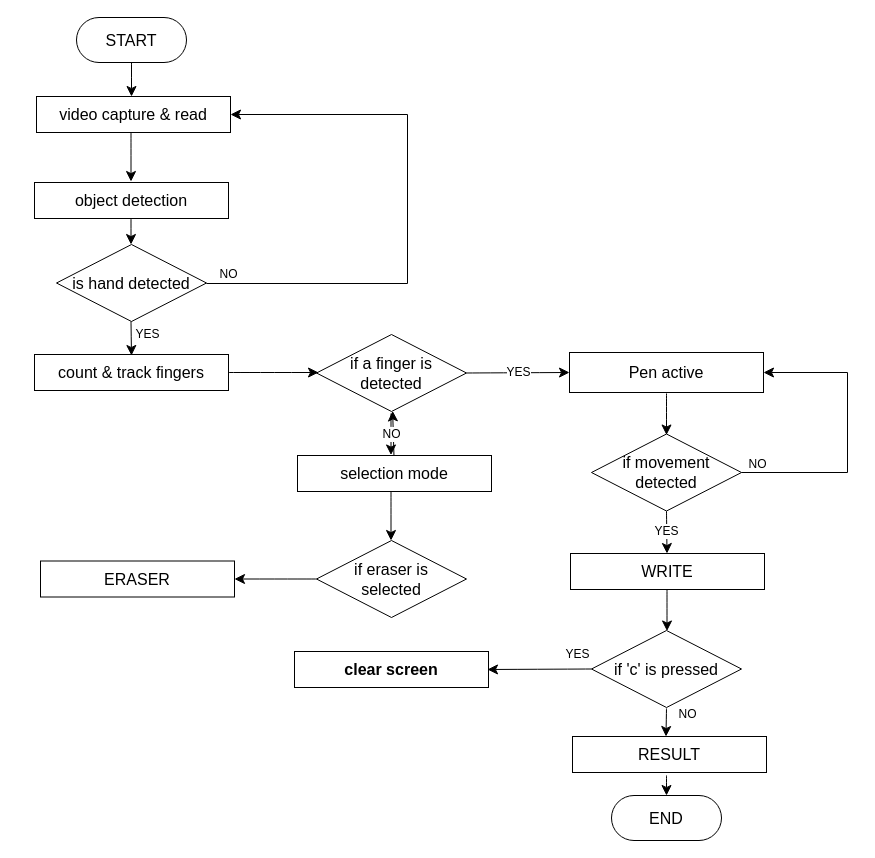
This is project.drawio from Noodle-onthe-ice/Noodle-onthe-ice, a draw.io file, before an edit. Source tidied: cells renumbered, new cells numbered last; positions are measured from the earlier drawing's top-left corner, leaving out a move shared by most shapes. Both pictures are drawn from the tidied source at 100%, with x=0, y=0 at pixel (34, 17).
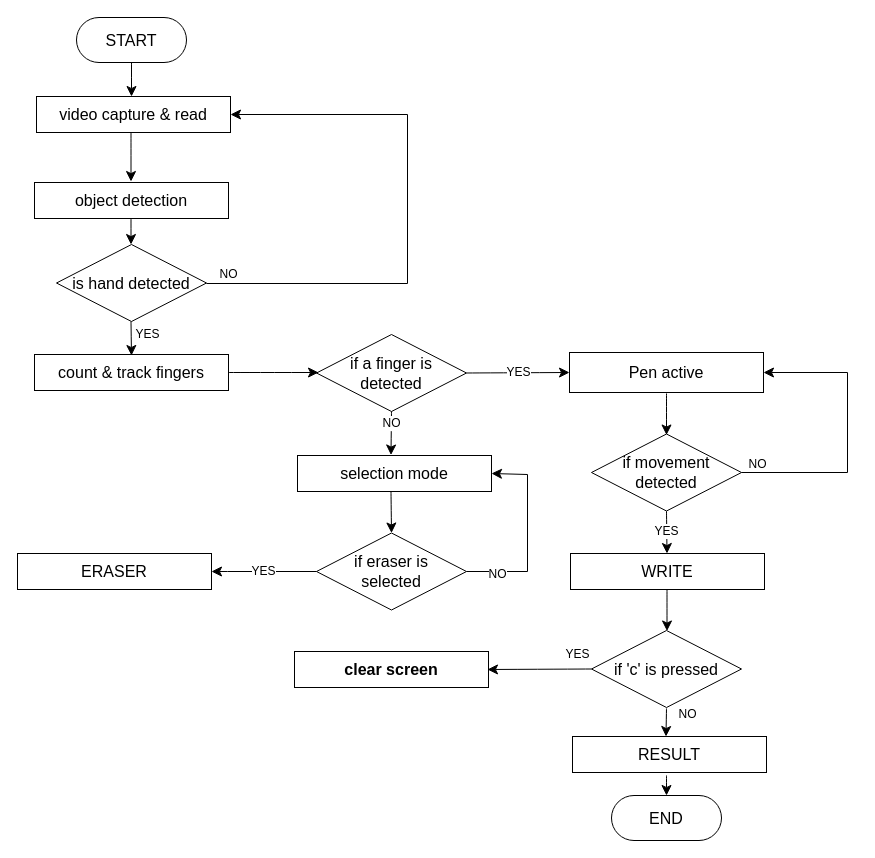
The same page after the edit.

Unchanged cells that the change refers to:
```xml
<mxCell id="11" value="selection mode" style="rounded=0;whiteSpace=wrap;html=1;fontSize=16;" parent="1" vertex="1">
  <mxGeometry x="263" y="438" width="194" height="36" as="geometry" />
</mxCell>
<mxCell id="17" value="&lt;div&gt;if a finger is &lt;br&gt;&lt;/div&gt;&lt;div&gt;detected&lt;br&gt;&lt;/div&gt;" style="rhombus;whiteSpace=wrap;html=1;fontSize=16;" parent="1" vertex="1">
  <mxGeometry x="282" y="317" width="150" height="77" as="geometry" />
</mxCell>
```

The edit, as a diff of the source:
```diff
@@
-    <mxCell id="5" style="edgeStyle=none;curved=1;rounded=0;jettySize=auto;html=1;fontSize=12;startSize=8;endSize=8;" parent="1" edge="1" source="6" target="14">
-      <mxGeometry relative="1" as="geometry" />
+    <mxCell id="5" value="YES" style="edgeStyle=none;rounded=0;jettySize=auto;html=1;fontSize=12;startSize=8;endSize=8;exitX=0;exitY=0.5;exitDx=0;exitDy=0;entryX=1;entryY=0.5;entryDx=0;entryDy=0;" parent="1" edge="1" source="6" target="14">
+      <mxGeometry relative="1" as="geometry">
+        <Array as="points">
+          <mxPoint x="193" y="554" />
+        </Array>
+      </mxGeometry>
     </mxCell>
     <mxCell id="6" value="&lt;div&gt;if eraser is &lt;br&gt;&lt;/div&gt;&lt;div&gt;selected&lt;br&gt;&lt;/div&gt;" style="rhombus;whiteSpace=wrap;html=1;fontSize=16;" parent="1" vertex="1">
-      <mxGeometry x="282" y="523" width="150" height="77" as="geometry" />
+      <mxGeometry x="282" y="515.5" width="150" height="77" as="geometry" />
     </mxCell>
@@
-    <mxCell id="10" style="edgeStyle=none;rounded=0;jettySize=auto;html=1;fontSize=12;startSize=8;endSize=8;" parent="1" edge="1" source="11" target="17">
-      <mxGeometry relative="1" as="geometry" />
-    </mxCell>
@@
     <mxCell id="14" value="ERASER" style="rounded=0;whiteSpace=wrap;html=1;fontSize=16;" parent="1" vertex="1">
-      <mxGeometry x="6" y="543.5" width="194" height="36" as="geometry" />
+      <mxGeometry x="-17" y="536" width="194" height="36" as="geometry" />
     </mxCell>
@@
-    <mxCell id="28" value="NO" style="endArrow=classic;html=1;rounded=0;fontSize=12;startSize=8;endSize=8;curved=1;" parent="1" edge="1">
-      <mxGeometry relative="1" as="geometry">
-        <mxPoint x="356.5" y="396" as="sourcePoint" />
+    <mxCell id="28" value="NO" style="endArrow=classic;html=1;rounded=0;fontSize=12;startSize=8;endSize=8;curved=1;exitX=0.5;exitY=1;exitDx=0;exitDy=0;" parent="1" edge="1" source="17">
+      <mxGeometry x="-0.47" relative="1" as="geometry">
         <mxPoint x="356.5" y="437.5" as="targetPoint" />
       </mxGeometry>
     </mxCell>
@@
-    <mxCell id="30" style="endArrow=classic;html=1;rounded=0;fontSize=12;startSize=8;endSize=8;curved=1;" parent="1" edge="1">
+    <mxCell id="30" style="endArrow=classic;html=1;rounded=0;fontSize=12;startSize=8;endSize=8;curved=1;entryX=0.5;entryY=0;entryDx=0;entryDy=0;" parent="1" edge="1" target="6">
       <mxGeometry relative="1" as="geometry">
         <mxPoint x="356.5" y="474" as="sourcePoint" />
-        <mxPoint x="356.5" y="523" as="targetPoint" />
       </mxGeometry>
     </mxCell>
@@
+    <mxCell id="37" value="NO" style="endArrow=classic;html=1;rounded=0;fontSize=12;startSize=8;endSize=8;exitX=1;exitY=0.5;exitDx=0;exitDy=0;entryX=1;entryY=0.5;entryDx=0;entryDy=0;" parent="1" edge="1" source="6" target="11">
+      <mxGeometry x="-0.68" y="-3" relative="1" as="geometry">
+        <Array as="points">
+          <mxPoint x="493" y="554" />
+          <mxPoint x="493" y="457" />
+        </Array>
+      </mxGeometry>
+    </mxCell>
```
